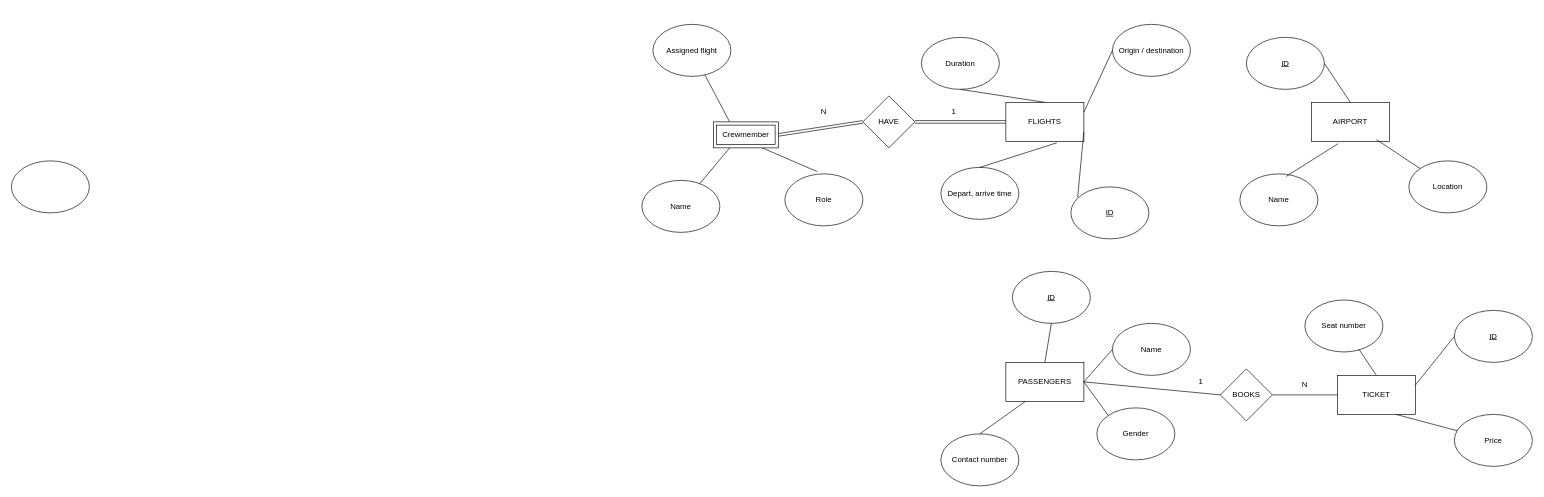
Earlier version of the draw.io diagram ex4.drawio (Sonhoangvo/csdl). Source tidied: cells renumbered, new cells numbered last; positions are measured from the earlier drawing's top-left corner, leaving out a move shared by most shapes. Both pictures are drawn from the tidied source at 65%, with x=0, y=0 at pixel (11, 24).
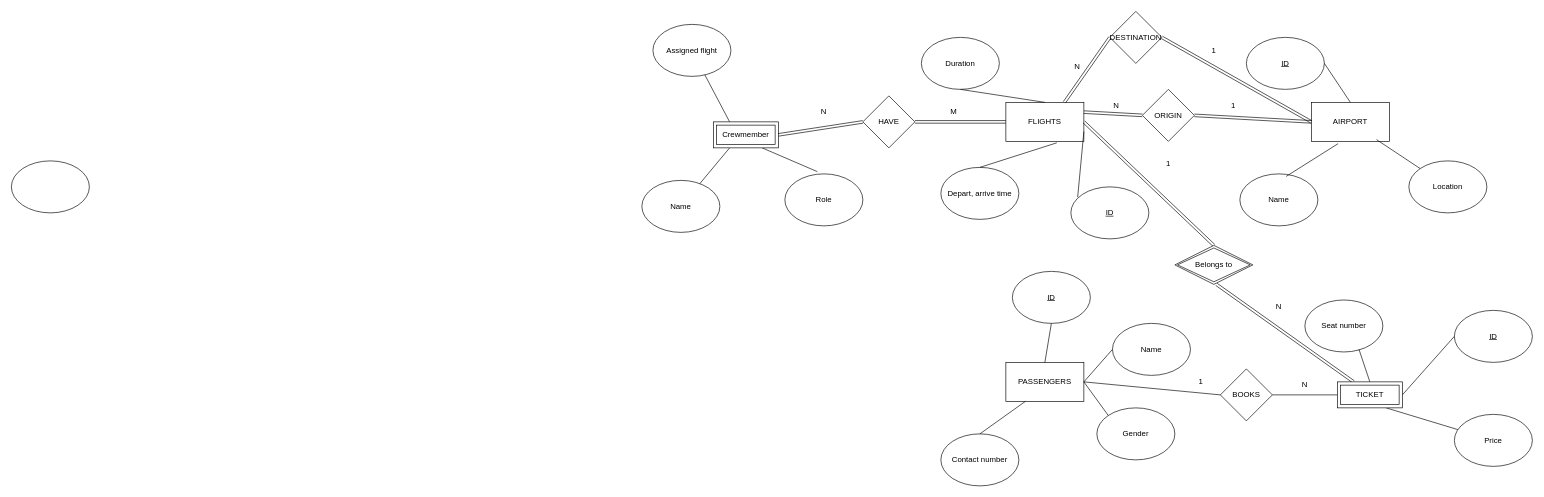
The same page after the edit.

The change refers to these unchanged cells:
```xml
<mxCell id="2" value="FLIGHTS" style="rounded=0;whiteSpace=wrap;html=1;" parent="1" vertex="1">
  <mxGeometry x="1530" y="120" width="120" height="60" as="geometry" />
</mxCell>
<mxCell id="11" value="AIRPORT" style="rounded=0;whiteSpace=wrap;html=1;" parent="1" vertex="1">
  <mxGeometry x="2000" y="120" width="120" height="60" as="geometry" />
</mxCell>
<mxCell id="29" value="&lt;u&gt;ID&lt;/u&gt;" style="ellipse;whiteSpace=wrap;html=1;" parent="1" vertex="1">
  <mxGeometry x="2220" y="440" width="120" height="80" as="geometry" />
</mxCell>
<mxCell id="35" value="BOOKS" style="rhombus;whiteSpace=wrap;html=1;" parent="1" vertex="1">
  <mxGeometry x="1860" y="530" width="80" height="80" as="geometry" />
</mxCell>
```

Diff of the diagram source:
```diff
@@
-    <mxCell id="5" value="Origin / destination" style="ellipse;whiteSpace=wrap;html=1;" parent="1" vertex="1">
-      <mxGeometry x="1694" width="120" height="80" as="geometry" />
-    </mxCell>
@@
-    <mxCell id="10" style="endArrow=none;html=1;rounded=0;exitX=1;exitY=0.25;exitDx=0;exitDy=0;entryX=0;entryY=0.5;entryDx=0;entryDy=0;" parent="1" edge="1" source="2" target="5">
-      <mxGeometry relative="1" as="geometry" />
-    </mxCell>
@@
-    <mxCell id="28" value="TICKET" style="rounded=0;whiteSpace=wrap;html=1;" parent="1" vertex="1">
-      <mxGeometry x="2040" y="540" width="120" height="60" as="geometry" />
-    </mxCell>
@@
-    <mxCell id="33" style="endArrow=none;html=1;rounded=0;exitX=1;exitY=0.25;exitDx=0;exitDy=0;entryX=0;entryY=0.5;entryDx=0;entryDy=0;" parent="1" edge="1" source="28" target="29">
+    <mxCell id="33" style="endArrow=none;html=1;rounded=0;exitX=1;exitY=0.5;exitDx=0;exitDy=0;entryX=0;entryY=0.5;entryDx=0;entryDy=0;" parent="1" edge="1" source="28" target="29">
       <mxGeometry relative="1" as="geometry" />
     </mxCell>
@@
-    <mxCell id="37" style="endArrow=none;html=1;rounded=0;exitX=1;exitY=0.5;exitDx=0;exitDy=0;entryX=0;entryY=0.5;entryDx=0;entryDy=0;" parent="1" edge="1" source="35" target="28">
-      <mxGeometry relative="1" as="geometry" />
+    <mxCell id="37" style="endArrow=none;html=1;rounded=0;exitX=1;exitY=0.5;exitDx=0;exitDy=0;entryX=0;entryY=0.5;entryDx=0;entryDy=0;" parent="1" edge="1" source="35">
+      <mxGeometry relative="1" as="geometry">
+        <mxPoint x="2040" y="570" as="targetPoint" />
+      </mxGeometry>
     </mxCell>
@@
-    <mxCell id="48" value="1" style="text;html=1;align=center;verticalAlign=middle;whiteSpace=wrap;rounded=0;" parent="1" vertex="1">
+    <mxCell id="48" value="M" style="text;html=1;align=center;verticalAlign=middle;whiteSpace=wrap;rounded=0;" parent="1" vertex="1">
       <mxGeometry x="1420" y="120" width="60" height="30" as="geometry" />
     </mxCell>
@@
+    <mxCell id="52" style="shape=link;html=1;rounded=0;exitX=1;exitY=0.5;exitDx=0;exitDy=0;entryX=0.5;entryY=0;entryDx=0;entryDy=0;" parent="1" edge="1" source="2" target="56">
+      <mxGeometry relative="1" as="geometry" />
+    </mxCell>
+    <mxCell id="53" style="shape=link;html=1;rounded=0;entryX=0.5;entryY=1;entryDx=0;entryDy=0;exitX=0.25;exitY=0;exitDx=0;exitDy=0;" parent="1" edge="1" source="28">
+      <mxGeometry relative="1" as="geometry">
+        <mxPoint x="1854" y="400" as="targetPoint" />
+      </mxGeometry>
+    </mxCell>
+    <mxCell id="54" value="1" style="text;html=1;align=center;verticalAlign=middle;whiteSpace=wrap;rounded=0;" parent="1" vertex="1">
+      <mxGeometry x="1750" y="200" width="60" height="30" as="geometry" />
+    </mxCell>
+    <mxCell id="55" value="N" style="text;html=1;align=center;verticalAlign=middle;whiteSpace=wrap;rounded=0;" parent="1" vertex="1">
+      <mxGeometry x="1920" y="420" width="60" height="30" as="geometry" />
+    </mxCell>
+    <mxCell id="28" value="TICKET" style="shape=ext;margin=3;double=1;whiteSpace=wrap;html=1;align=center;" parent="1" vertex="1">
+      <mxGeometry x="2040" y="550" width="100" height="40" as="geometry" />
+    </mxCell>
+    <mxCell id="56" value="Belongs to" style="shape=rhombus;double=1;perimeter=rhombusPerimeter;whiteSpace=wrap;html=1;align=center;" parent="1" vertex="1">
+      <mxGeometry x="1790" y="340" width="120" height="60" as="geometry" />
+    </mxCell>
+    <mxCell id="57" value="DESTINATION" style="rhombus;whiteSpace=wrap;html=1;" parent="1" vertex="1">
+      <mxGeometry x="1690" y="-20" width="80" height="80" as="geometry" />
+    </mxCell>
+    <mxCell id="58" value="ORIGIN" style="rhombus;whiteSpace=wrap;html=1;" parent="1" vertex="1">
+      <mxGeometry x="1740" y="100" width="80" height="80" as="geometry" />
+    </mxCell>
+    <mxCell id="59" style="shape=link;html=1;rounded=0;exitX=0.75;exitY=0;exitDx=0;exitDy=0;entryX=0;entryY=0.5;entryDx=0;entryDy=0;" parent="1" edge="1" source="2" target="57">
+      <mxGeometry relative="1" as="geometry" />
+    </mxCell>
+    <mxCell id="60" style="shape=link;html=1;rounded=0;exitX=1;exitY=0.25;exitDx=0;exitDy=0;entryX=0;entryY=0.5;entryDx=0;entryDy=0;" parent="1" edge="1" source="2" target="58">
+      <mxGeometry relative="1" as="geometry" />
+    </mxCell>
+    <mxCell id="61" style="shape=link;html=1;rounded=0;exitX=1;exitY=0.5;exitDx=0;exitDy=0;entryX=0;entryY=0.5;entryDx=0;entryDy=0;" parent="1" edge="1" source="57" target="11">
+      <mxGeometry relative="1" as="geometry" />
+    </mxCell>
+    <mxCell id="62" style="shape=link;html=1;rounded=0;exitX=1;exitY=0.5;exitDx=0;exitDy=0;entryX=0;entryY=0.5;entryDx=0;entryDy=0;" parent="1" edge="1" source="58" target="11">
+      <mxGeometry relative="1" as="geometry" />
+    </mxCell>
+    <mxCell id="63" value="N" style="text;html=1;align=center;verticalAlign=middle;whiteSpace=wrap;rounded=0;" parent="1" vertex="1">
+      <mxGeometry x="1610" y="50" width="60" height="30" as="geometry" />
+    </mxCell>
+    <mxCell id="64" value="N" style="text;html=1;align=center;verticalAlign=middle;whiteSpace=wrap;rounded=0;" parent="1" vertex="1">
+      <mxGeometry x="1670" y="110" width="60" height="30" as="geometry" />
+    </mxCell>
+    <mxCell id="65" value="1" style="text;html=1;align=center;verticalAlign=middle;whiteSpace=wrap;rounded=0;" parent="1" vertex="1">
+      <mxGeometry x="1850" y="110" width="60" height="30" as="geometry" />
+    </mxCell>
+    <mxCell id="66" value="1" style="text;html=1;align=center;verticalAlign=middle;whiteSpace=wrap;rounded=0;" parent="1" vertex="1">
+      <mxGeometry x="1820" y="25" width="60" height="30" as="geometry" />
+    </mxCell>
```
